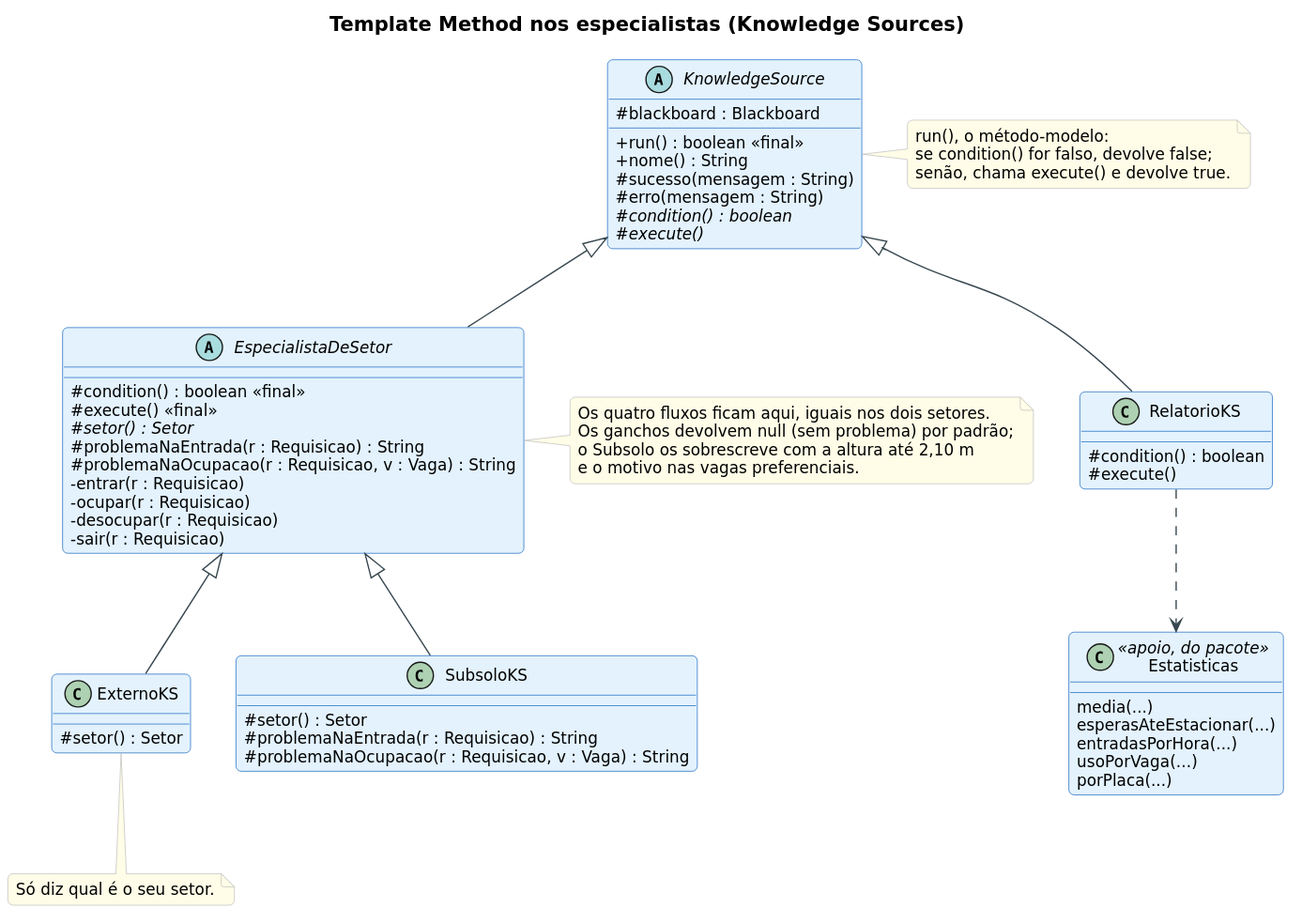
The PlantUML diagram faculdade/arquitetura-e-padroes-de-software/atividades_para_entregar/trabalho_final/descricao-arquitetural/diagramas/classes-template-method.svg in MatheusKubrusly/caderno-de-estudos, before a commit. Its diagram source:
```plantuml
@startuml
!include estilo.iuml
title Template Method nos especialistas (Knowledge Sources)

abstract class KnowledgeSource {
  # blackboard : Blackboard
  + run() : boolean <<final>>
  + nome() : String
  # sucesso(mensagem : String)
  # erro(mensagem : String)
  # {abstract} condition() : boolean
  # {abstract} execute()
}

abstract class EspecialistaDeSetor {
  # condition() : boolean <<final>>
  # execute() <<final>>
  # {abstract} setor() : Setor
  # problemaNaEntrada(r : Requisicao) : String
  # problemaNaOcupacao(r : Requisicao, v : Vaga) : String
  - entrar(r : Requisicao)
  - ocupar(r : Requisicao)
  - desocupar(r : Requisicao)
  - sair(r : Requisicao)
}

class ExternoKS {
  # setor() : Setor
}

class SubsoloKS {
  # setor() : Setor
  # problemaNaEntrada(r : Requisicao) : String
  # problemaNaOcupacao(r : Requisicao, v : Vaga) : String
}

class RelatorioKS {
  # condition() : boolean
  # execute()
}

class Estatisticas <<apoio, do pacote>> {
  media(...)
  esperasAteEstacionar(...)
  entradasPorHora(...)
  usoPorVaga(...)
  porPlaca(...)
}

KnowledgeSource <|-- EspecialistaDeSetor
KnowledgeSource <|-- RelatorioKS
EspecialistaDeSetor <|-- ExternoKS
EspecialistaDeSetor <|-- SubsoloKS
RelatorioKS ..> Estatisticas

note right of KnowledgeSource
  run(), o método-modelo:
  se condition() for falso, devolve false;
  senão, chama execute() e devolve true.
end note
note right of EspecialistaDeSetor
  Os quatro fluxos ficam aqui, iguais nos dois setores.
  Os ganchos devolvem null (sem problema) por padrão;
  o Subsolo os sobrescreve com a altura até 2,10 m
  e o motivo nas vagas preferenciais.
end note
note bottom of ExternoKS
  Só diz qual é o seu setor.
end note
@enduml
```
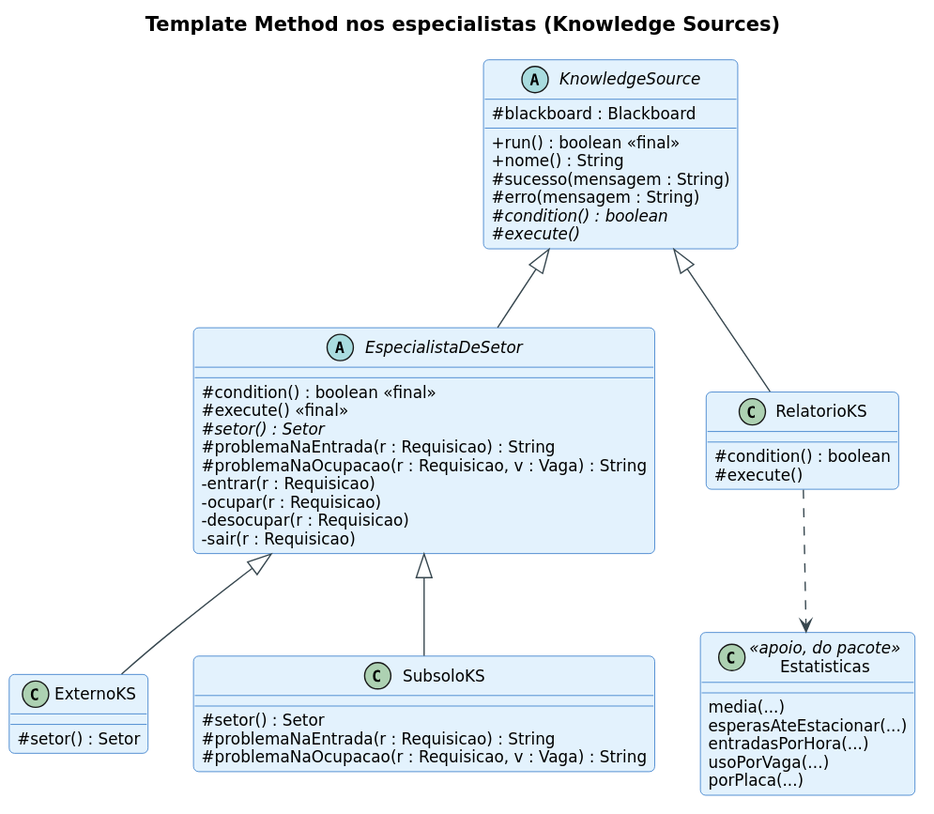
After the commit.

Diff of the diagram source:
```diff
@@ -52,19 +52,4 @@
 EspecialistaDeSetor <|-- ExternoKS
 EspecialistaDeSetor <|-- SubsoloKS
 RelatorioKS ..> Estatisticas
-
-note right of KnowledgeSource
-  run(), o método-modelo:
-  se condition() for falso, devolve false;
-  senão, chama execute() e devolve true.
-end note
-note right of EspecialistaDeSetor
-  Os quatro fluxos ficam aqui, iguais nos dois setores.
-  Os ganchos devolvem null (sem problema) por padrão;
-  o Subsolo os sobrescreve com a altura até 2,10 m
-  e o motivo nas vagas preferenciais.
-end note
-note bottom of ExternoKS
-  Só diz qual é o seu setor.
-end note
 @enduml
```
